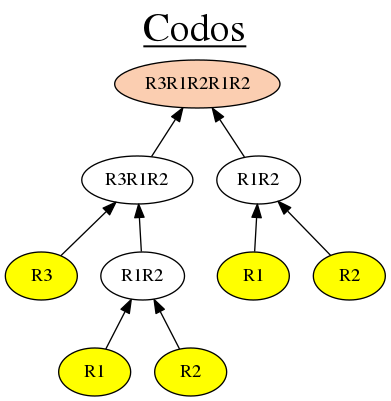
Earlier version of the Graphviz export GuiTool/image/Codos/CodosDot.png (iitramar/guiTool). Its source is kept beside it as GuiTool/image/Codos/CodosDot.dot.
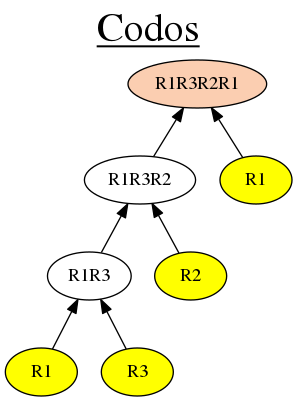
After the change.

Change to the diagram source:
```diff
@@ -1,26 +1,21 @@
 digraph G {
 rankdir = BT;
 graph [label= <<u>Codos</u>> , labelloc=t, fontsize=30];
-1[style=filled, fillcolor= "#FBCEB1", label=R3R1R2R1R2];
-2[label=R3R1R2];
+1[style=filled, fillcolor= "#FBCEB1", label=R1R3R2R1];
+2[label=R1R3R2];
 2->1
-3[label=R1R2];
+3[label=R1];
 3->1
-4[label=R3];
+4[label=R1R3];
 4->2
-5[label=R1R2];
+5[label=R2];
 5->2
-4[style=filled, fillcolor=yellow];
-10[label=R1];
-10->5
-11[label=R2];
-11->5
-10[style=filled, fillcolor=yellow];
-11[style=filled, fillcolor=yellow];
-6[label=R1];
-6->3
-7[label=R2];
-7->3
-6[style=filled, fillcolor=yellow];
-7[style=filled, fillcolor=yellow];
+8[label=R1];
+8->4
+9[label=R3];
+9->4
+8[style=filled, fillcolor=yellow];
+9[style=filled, fillcolor=yellow];
+5[style=filled, fillcolor=yellow];
+3[style=filled, fillcolor=yellow];
 }
```
